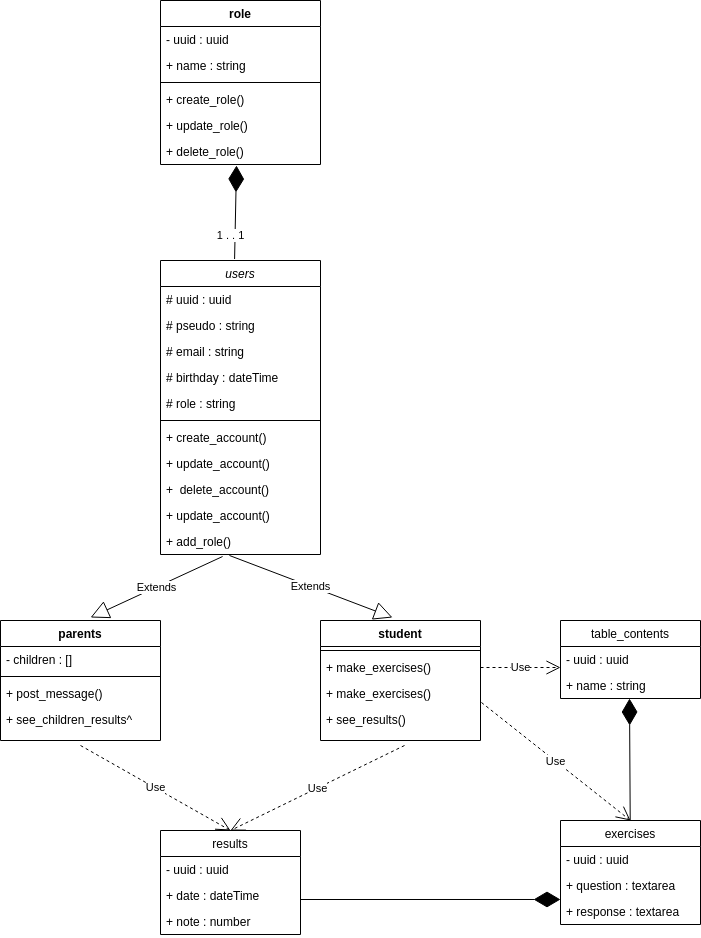
Earlier version of the draw.io export class.drawio.png (aerobi93/educ). Source tidied: cells renumbered, new cells last; positions are measured from the earlier drawing's top-left corner, leaving out a move shared by most shapes.
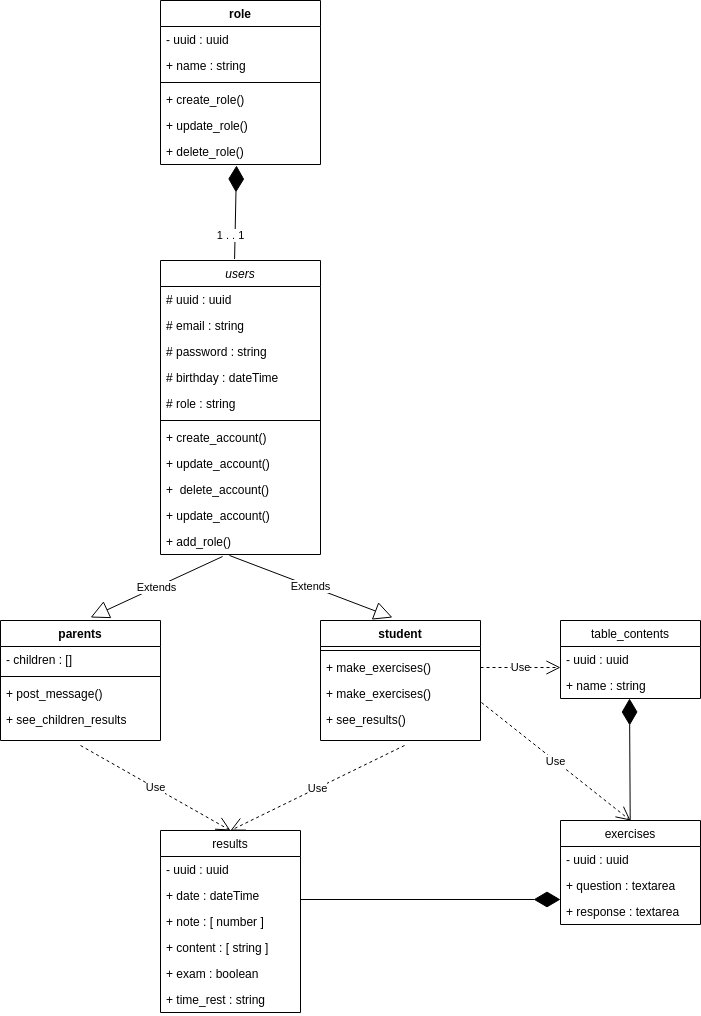
The same diagram one commit later.

What changed in the source:
```diff
@@ -8,12 +8,12 @@
     <mxCell id="3" value="# uuid : uuid" style="text;align=left;verticalAlign=top;spacingLeft=4;spacingRight=4;overflow=hidden;" parent="2" vertex="1">
       <mxGeometry y="26" width="160" height="26" as="geometry" />
     </mxCell>
+    <mxCell id="5" value="# email : string " style="text;align=left;verticalAlign=top;spacingLeft=4;spacingRight=4;overflow=hidden;rounded=0;shadow=0;html=0;" parent="2" vertex="1">
+      <mxGeometry y="52" width="160" height="26" as="geometry" />
+    </mxCell>
-    <mxCell id="4" value="# pseudo : string " style="text;align=left;verticalAlign=top;spacingLeft=4;spacingRight=4;overflow=hidden;rounded=0;shadow=0;html=0;" parent="2" vertex="1">
-      <mxGeometry y="52" width="160" height="26" as="geometry" />
+    <mxCell id="4" value="# password : string " style="text;align=left;verticalAlign=top;spacingLeft=4;spacingRight=4;overflow=hidden;rounded=0;shadow=0;html=0;" parent="2" vertex="1">
+      <mxGeometry y="78" width="160" height="26" as="geometry" />
     </mxCell>
-    <mxCell id="5" value="# email : string " style="text;align=left;verticalAlign=top;spacingLeft=4;spacingRight=4;overflow=hidden;rounded=0;shadow=0;html=0;" parent="2" vertex="1">
-      <mxGeometry y="78" width="160" height="26" as="geometry" />
-    </mxCell>
     <mxCell id="6" value="# birthday : dateTime" style="text;align=left;verticalAlign=top;spacingLeft=4;spacingRight=4;overflow=hidden;rounded=0;shadow=0;html=0;" parent="2" vertex="1">
       <mxGeometry y="104" width="160" height="26" as="geometry" />
     </mxCell>
@@ -79,7 +79,7 @@
     <mxCell id="26" value="+ post_message()&#10;" style="text;strokeColor=none;fillColor=none;align=left;verticalAlign=top;spacingLeft=4;spacingRight=4;overflow=hidden;" parent="23" vertex="1">
       <mxGeometry y="60" width="160" height="26" as="geometry" />
     </mxCell>
-    <mxCell id="27" value="+ see_children_results^" style="text;strokeColor=none;fillColor=none;align=left;verticalAlign=top;spacingLeft=4;spacingRight=4;overflow=hidden;points=[[0,0.5],[1,0.5]];portConstraint=eastwest;" parent="23" vertex="1">
+    <mxCell id="27" value="+ see_children_results" style="text;strokeColor=none;fillColor=none;align=left;verticalAlign=top;spacingLeft=4;spacingRight=4;overflow=hidden;points=[[0,0.5],[1,0.5]];portConstraint=eastwest;" parent="23" vertex="1">
       <mxGeometry y="86" width="160" height="34" as="geometry" />
     </mxCell>
     <mxCell id="28" value="student" style="swimlane;fontStyle=1;align=center;verticalAlign=top;horizontal=1;startSize=26;" parent="1" vertex="1">
@@ -136,7 +136,7 @@
       <mxGeometry relative="1" as="geometry" />
     </mxCell>
     <mxCell id="45" value="results" style="swimlane;fontStyle=0;horizontal=1;startSize=26;fillColor=none;" parent="1" vertex="1">
-      <mxGeometry x="160" y="830" width="140" height="104" as="geometry" />
+      <mxGeometry x="160" y="830" width="140" height="182" as="geometry" />
     </mxCell>
     <mxCell id="46" value="- uuid : uuid " style="text;strokeColor=none;fillColor=none;align=left;verticalAlign=top;spacingLeft=4;spacingRight=4;overflow=hidden;" parent="45" vertex="1">
       <mxGeometry y="26" width="140" height="26" as="geometry" />
@@ -144,9 +144,18 @@
     <mxCell id="47" value="+ date : dateTime" style="text;strokeColor=none;fillColor=none;align=left;verticalAlign=top;spacingLeft=4;spacingRight=4;overflow=hidden;" parent="45" vertex="1">
       <mxGeometry y="52" width="140" height="26" as="geometry" />
     </mxCell>
-    <mxCell id="48" value="+ note : number" style="text;strokeColor=none;fillColor=none;align=left;verticalAlign=top;spacingLeft=4;spacingRight=4;overflow=hidden;" parent="45" vertex="1">
+    <mxCell id="48" value="+ note : [ number ]" style="text;strokeColor=none;fillColor=none;align=left;verticalAlign=top;spacingLeft=4;spacingRight=4;overflow=hidden;" parent="45" vertex="1">
       <mxGeometry y="78" width="140" height="26" as="geometry" />
     </mxCell>
+    <mxCell id="52" value="+ content : [ string ]" style="text;strokeColor=none;fillColor=none;align=left;verticalAlign=top;spacingLeft=4;spacingRight=4;overflow=hidden;" parent="45" vertex="1">
+      <mxGeometry y="104" width="140" height="26" as="geometry" />
+    </mxCell>
+    <mxCell id="53" value="+ exam : boolean" style="text;strokeColor=none;fillColor=none;align=left;verticalAlign=top;spacingLeft=4;spacingRight=4;overflow=hidden;" parent="45" vertex="1">
+      <mxGeometry y="130" width="140" height="26" as="geometry" />
+    </mxCell>
+    <mxCell id="54" value="+ time_rest : string" style="text;strokeColor=none;fillColor=none;align=left;verticalAlign=top;spacingLeft=4;spacingRight=4;overflow=hidden;" parent="45" vertex="1">
+      <mxGeometry y="156" width="140" height="26" as="geometry" />
+    </mxCell>
     <mxCell id="49" style="endArrow=diamondThin;endFill=1;endSize=24;html=1;rounded=0;entryX=0;entryY=1.038;entryDx=0;entryDy=0;entryPerimeter=0;" parent="1" edge="1" target="41">
       <mxGeometry relative="1" as="geometry">
         <mxPoint x="300" y="899" as="sourcePoint" />
```
